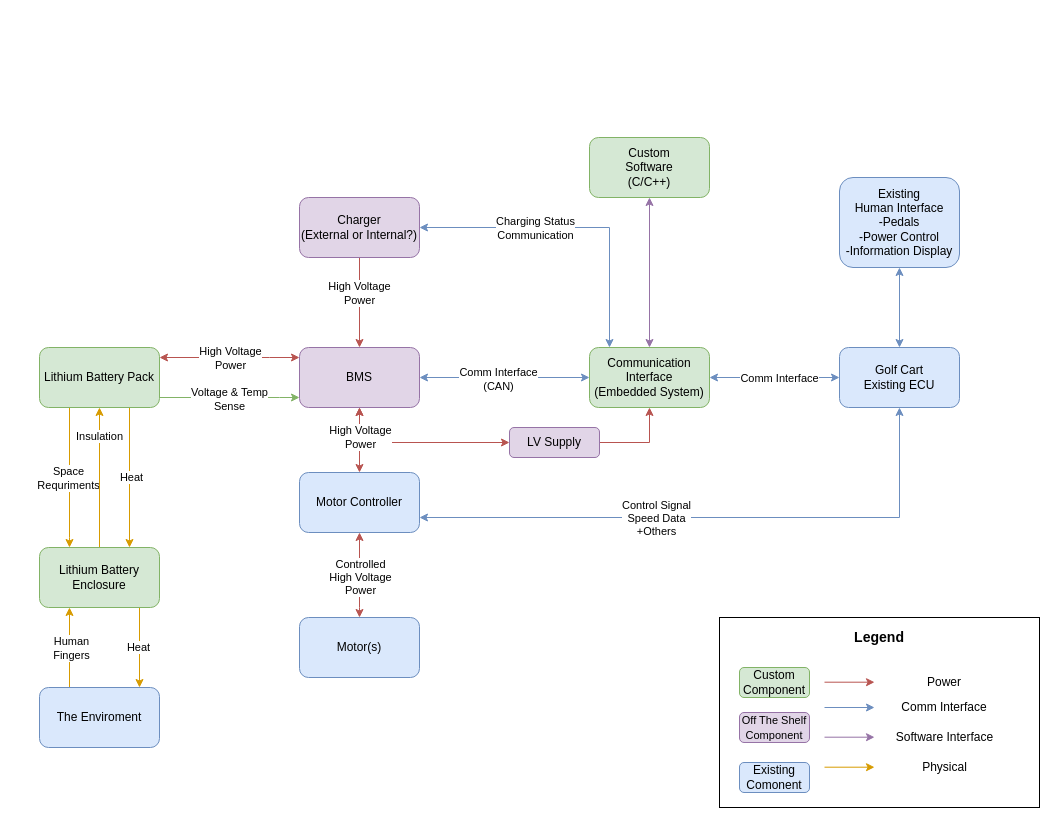
khallman97/ENG4000 keeps this draw.io diagram as Diagrams/FSD v1.0.drawio. Above is the earlier version. Source tidied: cells renumbered, new cells numbered last; positions are measured from the earlier drawing's top-left corner, leaving out a move shared by most shapes. Both pictures are drawn from the tidied source at 100%, with x=0, y=0 at pixel (39, 137).
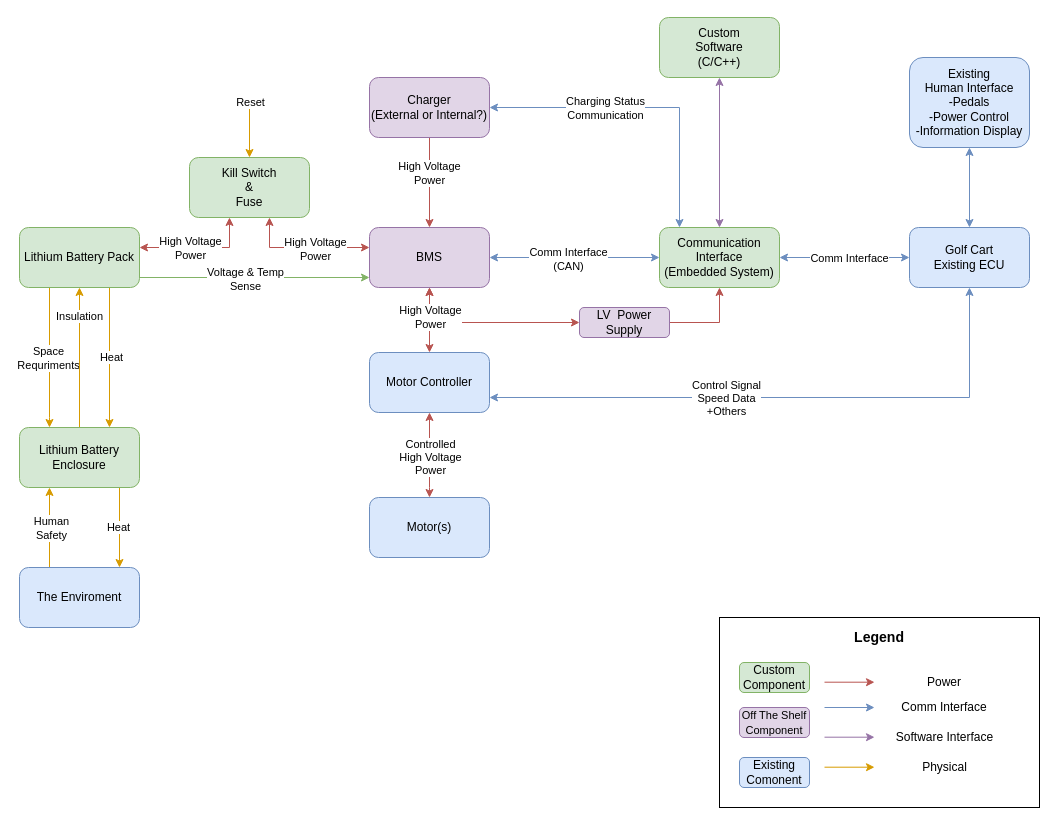
Above is the later version.

What changed in the source:
```diff
@@
-    <mxCell id="3" style="edgeStyle=orthogonalEdgeStyle;rounded=0;jettySize=auto;html=1;startArrow=classic;startFill=1;fillColor=#f8cecc;strokeColor=#b85450;" parent="1" edge="1" source="13" target="17">
+    <mxCell id="3" style="edgeStyle=orthogonalEdgeStyle;rounded=0;jettySize=auto;html=1;startArrow=classic;startFill=1;fillColor=#f8cecc;strokeColor=#b85450;" parent="1" edge="1" source="13" target="61">
       <mxGeometry relative="1" as="geometry">
         <Array as="points">
-          <mxPoint x="230" y="220" />
-          <mxPoint x="230" y="220" />
+          <mxPoint x="190" y="110" />
         </Array>
       </mxGeometry>
     </mxCell>
     <mxCell id="4" value="&lt;div&gt;High Voltage&lt;/div&gt;&lt;div&gt;Power&lt;/div&gt;" style="edgeLabel;html=1;align=center;verticalAlign=middle;" parent="3" vertex="1">
       <mxGeometry x="-0.1" relative="1" as="geometry">
-        <mxPoint x="7.1" as="offset" />
+        <mxPoint x="-3.6" as="offset" />
       </mxGeometry>
     </mxCell>
     <mxCell id="5" style="edgeStyle=orthogonalEdgeStyle;rounded=0;jettySize=auto;html=1;fillColor=#d5e8d4;strokeColor=#82b366;" parent="1" edge="1" source="13" target="17">
       <mxGeometry relative="1" as="geometry">
         <Array as="points">
-          <mxPoint x="240" y="260" />
-          <mxPoint x="240" y="260" />
+          <mxPoint x="220" y="140" />
+          <mxPoint x="220" y="140" />
         </Array>
       </mxGeometry>
     </mxCell>
@@
     <mxCell id="7" style="edgeStyle=orthogonalEdgeStyle;rounded=0;jettySize=auto;html=1;fillColor=#ffe6cc;strokeColor=#d79b00;" parent="1" edge="1" source="13" target="20">
       <mxGeometry relative="1" as="geometry">
         <Array as="points">
-          <mxPoint x="90" y="340" />
-          <mxPoint x="90" y="340" />
+          <mxPoint x="70" y="220" />
+          <mxPoint x="70" y="220" />
         </Array>
       </mxGeometry>
     </mxCell>
@@
     <mxCell id="9" style="edgeStyle=orthogonalEdgeStyle;rounded=0;jettySize=auto;html=1;fillColor=#ffe6cc;strokeColor=#d79b00;" parent="1" edge="1" source="13" target="20">
       <mxGeometry relative="1" as="geometry">
         <Array as="points">
-          <mxPoint x="30" y="400" />
-          <mxPoint x="30" y="400" />
+          <mxPoint x="10" y="280" />
+          <mxPoint x="10" y="280" />
         </Array>
       </mxGeometry>
     </mxCell>
@@
     <mxCell id="13" value="&lt;div&gt;Lithium Battery Pack&lt;/div&gt;" style="rounded=1;whiteSpace=wrap;html=1;fillColor=#d5e8d4;strokeColor=#82b366;" parent="1" vertex="1">
-      <mxGeometry y="210" width="120" height="60" as="geometry" />
+      <mxGeometry x="-20" y="90" width="120" height="60" as="geometry" />
     </mxCell>
@@
     <mxCell id="16" style="edgeStyle=orthogonalEdgeStyle;rounded=0;jettySize=auto;html=1;startArrow=classic;startFill=1;endArrow=classic;endFill=1;fillColor=#f8cecc;strokeColor=#b85450;" parent="1" edge="1" source="17" target="55">
       <mxGeometry relative="1" as="geometry">
         <Array as="points">
-          <mxPoint x="320" y="305" />
+          <mxPoint x="390" y="185" />
         </Array>
       </mxGeometry>
     </mxCell>
     <mxCell id="17" value="BMS" style="rounded=1;whiteSpace=wrap;html=1;fillColor=#e1d5e7;strokeColor=#9673a6;" parent="1" vertex="1">
-      <mxGeometry x="260" y="210" width="120" height="60" as="geometry" />
+      <mxGeometry x="330" y="90" width="120" height="60" as="geometry" />
     </mxCell>
     <mxCell id="18" style="edgeStyle=orthogonalEdgeStyle;rounded=0;jettySize=auto;html=1;startArrow=none;startFill=0;endArrow=classic;endFill=1;fillColor=#ffe6cc;strokeColor=#d79b00;" parent="1" edge="1" source="20" target="58">
       <mxGeometry relative="1" as="geometry">
         <Array as="points">
-          <mxPoint x="100" y="510" />
-          <mxPoint x="100" y="510" />
+          <mxPoint x="80" y="390" />
+          <mxPoint x="80" y="390" />
         </Array>
       </mxGeometry>
     </mxCell>
@@
     <mxCell id="20" value="&lt;div&gt;Lithium Battery&lt;/div&gt;&lt;div&gt;Enclosure&lt;br&gt;&lt;/div&gt;" style="rounded=1;whiteSpace=wrap;html=1;fillColor=#d5e8d4;strokeColor=#82b366;" parent="1" vertex="1">
-      <mxGeometry y="410" width="120" height="60" as="geometry" />
+      <mxGeometry x="-20" y="290" width="120" height="60" as="geometry" />
     </mxCell>
@@
     <mxCell id="23" style="edgeStyle=orthogonalEdgeStyle;rounded=0;jettySize=auto;html=1;startArrow=classic;startFill=1;endArrow=classic;endFill=1;fillColor=#dae8fc;strokeColor=#6c8ebf;" parent="1" edge="1" source="25" target="29">
       <mxGeometry relative="1" as="geometry">
         <Array as="points">
-          <mxPoint x="570" y="90" />
+          <mxPoint x="640" y="-30" />
         </Array>
       </mxGeometry>
     </mxCell>
@@
     <mxCell id="25" value="&lt;div&gt;Charger&lt;/div&gt;&lt;div&gt;(External or Internal?)&lt;br&gt;&lt;/div&gt;" style="rounded=1;whiteSpace=wrap;html=1;fillColor=#e1d5e7;strokeColor=#9673a6;" parent="1" vertex="1">
-      <mxGeometry x="260" y="60" width="120" height="60" as="geometry" />
+      <mxGeometry x="330" y="-60" width="120" height="60" as="geometry" />
     </mxCell>
@@
     <mxCell id="29" value="&lt;div&gt;Communication Interface&lt;/div&gt;&lt;div&gt;(Embedded System)&lt;br&gt;&lt;/div&gt;" style="rounded=1;whiteSpace=wrap;html=1;fillColor=#d5e8d4;strokeColor=#82b366;" parent="1" vertex="1">
-      <mxGeometry x="550" y="210" width="120" height="60" as="geometry" />
+      <mxGeometry x="620" y="90" width="120" height="60" as="geometry" />
     </mxCell>
@@
     <mxCell id="31" style="edgeStyle=orthogonalEdgeStyle;rounded=0;jettySize=auto;html=1;startArrow=classic;startFill=1;endArrow=classic;endFill=1;fillColor=#dae8fc;strokeColor=#6c8ebf;" parent="1" edge="1" source="33" target="38">
       <mxGeometry relative="1" as="geometry">
         <Array as="points">
-          <mxPoint x="860" y="380" />
+          <mxPoint x="930" y="260" />
         </Array>
       </mxGeometry>
     </mxCell>
@@
     <mxCell id="33" value="&lt;div&gt;Golf Cart&lt;/div&gt;&lt;div&gt;Existing ECU&lt;br&gt;&lt;/div&gt;" style="rounded=1;whiteSpace=wrap;html=1;fillColor=#dae8fc;strokeColor=#6c8ebf;" parent="1" vertex="1">
-      <mxGeometry x="800" y="210" width="120" height="60" as="geometry" />
+      <mxGeometry x="870" y="90" width="120" height="60" as="geometry" />
     </mxCell>
@@
     <mxCell id="36" style="edgeStyle=orthogonalEdgeStyle;rounded=0;jettySize=auto;html=1;startArrow=classic;startFill=1;endArrow=classic;endFill=1;fillColor=#f8cecc;strokeColor=#b85450;" parent="1" edge="1" source="38" target="39">
       <mxGeometry relative="1" as="geometry">
         <Array as="points">
-          <mxPoint x="320" y="470" />
-          <mxPoint x="320" y="470" />
+          <mxPoint x="390" y="350" />
+          <mxPoint x="390" y="350" />
         </Array>
       </mxGeometry>
     </mxCell>
@@
     <mxCell id="38" value="Motor Controller" style="rounded=1;whiteSpace=wrap;html=1;fillColor=#dae8fc;strokeColor=#6c8ebf;" parent="1" vertex="1">
-      <mxGeometry x="260" y="335" width="120" height="60" as="geometry" />
+      <mxGeometry x="330" y="215" width="120" height="60" as="geometry" />
     </mxCell>
     <mxCell id="39" value="Motor(s)" style="rounded=1;whiteSpace=wrap;html=1;fillColor=#dae8fc;strokeColor=#6c8ebf;" parent="1" vertex="1">
-      <mxGeometry x="260" y="480" width="120" height="60" as="geometry" />
+      <mxGeometry x="330" y="360" width="120" height="60" as="geometry" />
     </mxCell>
     <mxCell id="40" value="&lt;div&gt;Existing&lt;br&gt;&lt;/div&gt;&lt;div&gt;Human Interface&lt;/div&gt;&lt;div&gt;-Pedals&lt;/div&gt;&lt;div&gt;-Power Control&lt;/div&gt;&lt;div&gt;-Information Display&lt;br&gt;&lt;/div&gt;" style="rounded=1;whiteSpace=wrap;html=1;align=center;fillColor=#dae8fc;strokeColor=#6c8ebf;" parent="1" vertex="1">
-      <mxGeometry x="800" y="40" width="120" height="90" as="geometry" />
+      <mxGeometry x="870" y="-80" width="120" height="90" as="geometry" />
     </mxCell>
     <mxCell id="41" value="&lt;div&gt;Custom&lt;br&gt;&lt;/div&gt;&lt;div&gt;Software&lt;/div&gt;&lt;div&gt;(C/C++)&lt;br&gt;&lt;/div&gt;" style="rounded=1;whiteSpace=wrap;html=1;fillColor=#d5e8d4;strokeColor=#82b366;" parent="1" vertex="1">
-      <mxGeometry x="550" width="120" height="60" as="geometry" />
+      <mxGeometry x="620" y="-120" width="120" height="60" as="geometry" />
     </mxCell>
     <mxCell id="42" value="&lt;div&gt;Custom&lt;/div&gt;&lt;div&gt;Component&lt;br&gt;&lt;/div&gt;" style="rounded=1;whiteSpace=wrap;html=1;fillColor=#d5e8d4;strokeColor=#82b366;" parent="1" vertex="1">
-      <mxGeometry x="700" y="530" width="70" height="30" as="geometry" />
+      <mxGeometry x="700" y="525" width="70" height="30" as="geometry" />
     </mxCell>
     <mxCell id="43" value="&lt;div&gt;Existing &lt;br&gt;&lt;/div&gt;&lt;div&gt;Comonent&lt;/div&gt;" style="rounded=1;whiteSpace=wrap;html=1;fillColor=#dae8fc;strokeColor=#6c8ebf;" parent="1" vertex="1">
-      <mxGeometry x="700" y="625" width="70" height="30" as="geometry" />
+      <mxGeometry x="700" y="620" width="70" height="30" as="geometry" />
     </mxCell>
@@
     <mxCell id="53" value="&lt;font style=&quot;font-size: 11px&quot;&gt;Off The Shelf Component&lt;br&gt;&lt;/font&gt;" style="rounded=1;whiteSpace=wrap;html=1;fillColor=#e1d5e7;strokeColor=#9673a6;" parent="1" vertex="1">
-      <mxGeometry x="700" y="575" width="70" height="30" as="geometry" />
+      <mxGeometry x="700" y="570" width="70" height="30" as="geometry" />
     </mxCell>
     <mxCell id="54" style="edgeStyle=orthogonalEdgeStyle;rounded=0;jettySize=auto;html=1;startArrow=none;startFill=0;endArrow=classic;endFill=1;fillColor=#f8cecc;strokeColor=#b85450;" parent="1" edge="1" source="55" target="29">
       <mxGeometry relative="1" as="geometry">
         <Array as="points">
-          <mxPoint x="610" y="305" />
+          <mxPoint x="680" y="185" />
         </Array>
       </mxGeometry>
     </mxCell>
-    <mxCell id="55" value="LV Supply" style="rounded=1;whiteSpace=wrap;html=1;align=center;fillColor=#e1d5e7;strokeColor=#9673a6;" parent="1" vertex="1">
-      <mxGeometry x="470" y="290" width="90" height="30" as="geometry" />
+    <mxCell id="55" value="LV&amp;nbsp; Power Supply" style="rounded=1;whiteSpace=wrap;html=1;align=center;fillColor=#e1d5e7;strokeColor=#9673a6;" parent="1" vertex="1">
+      <mxGeometry x="540" y="170" width="90" height="30" as="geometry" />
     </mxCell>
     <mxCell id="56" style="edgeStyle=orthogonalEdgeStyle;rounded=0;jettySize=auto;html=1;startArrow=none;startFill=0;endArrow=classic;endFill=1;fillColor=#ffe6cc;strokeColor=#d79b00;" parent="1" edge="1" source="58" target="20">
       <mxGeometry relative="1" as="geometry">
         <Array as="points">
-          <mxPoint x="30" y="510" />
-          <mxPoint x="30" y="510" />
+          <mxPoint x="10" y="390" />
+          <mxPoint x="10" y="390" />
         </Array>
       </mxGeometry>
     </mxCell>
-    <mxCell id="57" value="&lt;div&gt;Human&lt;/div&gt;&lt;div&gt;Fingers&lt;br&gt;&lt;/div&gt;" style="edgeLabel;html=1;align=center;verticalAlign=middle;" parent="56" vertex="1">
+    <mxCell id="57" value="&lt;div&gt;Human&lt;/div&gt;&lt;div&gt;Safety&lt;br&gt;&lt;/div&gt;" style="edgeLabel;html=1;align=center;verticalAlign=middle;" parent="56" vertex="1">
       <mxGeometry x="0.16" y="-1" relative="1" as="geometry">
         <mxPoint y="6.7" as="offset" />
       </mxGeometry>
     </mxCell>
     <mxCell id="58" value="The Enviroment" style="rounded=1;whiteSpace=wrap;html=1;fillColor=#dae8fc;strokeColor=#6c8ebf;" parent="1" vertex="1">
-      <mxGeometry y="550" width="120" height="60" as="geometry" />
+      <mxGeometry x="-20" y="430" width="120" height="60" as="geometry" />
     </mxCell>
+    <mxCell id="59" style="edgeStyle=orthogonalEdgeStyle;rounded=0;jettySize=auto;html=1;startArrow=classic;startFill=1;endArrow=classic;endFill=1;fillColor=#f8cecc;strokeColor=#b85450;" parent="1" edge="1" source="61" target="17">
+      <mxGeometry relative="1" as="geometry">
+        <Array as="points">
+          <mxPoint x="230" y="110" />
+        </Array>
+      </mxGeometry>
+    </mxCell>
+    <mxCell id="60" value="&lt;div&gt;High Voltage&lt;/div&gt;&lt;div&gt;Power&lt;/div&gt;" style="edgeLabel;html=1;align=center;verticalAlign=middle;" parent="59" vertex="1">
+      <mxGeometry x="0.03" y="-1" relative="1" as="geometry">
+        <mxPoint x="8.4" as="offset" />
+      </mxGeometry>
+    </mxCell>
+    <mxCell id="61" value="&lt;div&gt;Kill Switch&lt;/div&gt;&lt;div&gt;&amp;amp;&lt;/div&gt;&lt;div&gt;Fuse&lt;br&gt;&lt;/div&gt;" style="rounded=1;whiteSpace=wrap;html=1;fillColor=#d5e8d4;align=center;strokeColor=#82b366;" parent="1" vertex="1">
+      <mxGeometry x="150" y="20" width="120" height="60" as="geometry" />
+    </mxCell>
+    <mxCell id="62" style="endArrow=classic;html=1;fillColor=#ffe6cc;strokeColor=#d79b00;" parent="1" edge="1" target="61">
+      <mxGeometry relative="1" as="geometry">
+        <mxPoint x="210" y="-30" as="sourcePoint" />
+      </mxGeometry>
+    </mxCell>
+    <mxCell id="63" value="Reset" style="edgeLabel;html=1;align=center;verticalAlign=middle;" parent="62" vertex="1">
+      <mxGeometry x="-0.39" relative="1" as="geometry">
+        <mxPoint y="-20.2" as="offset" />
+      </mxGeometry>
+    </mxCell>
```
